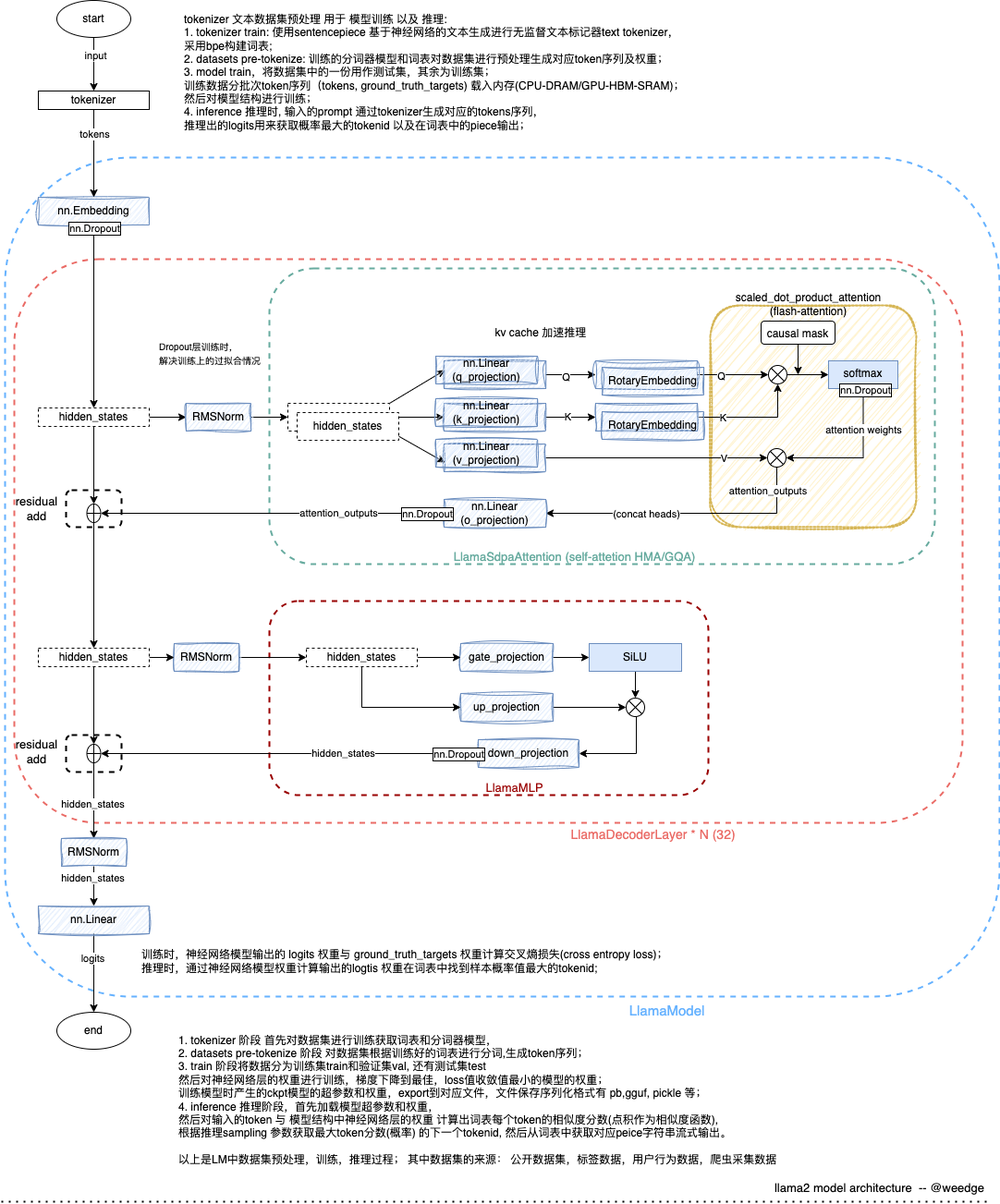
This is docs/llama2.drawio.png from ai-bot-pro/baby-llm, a draw.io export, as it was before one commit. Source tidied: cells renumbered, new cells last; positions are measured from the earlier drawing's top-left corner, leaving out a move shared by most shapes.
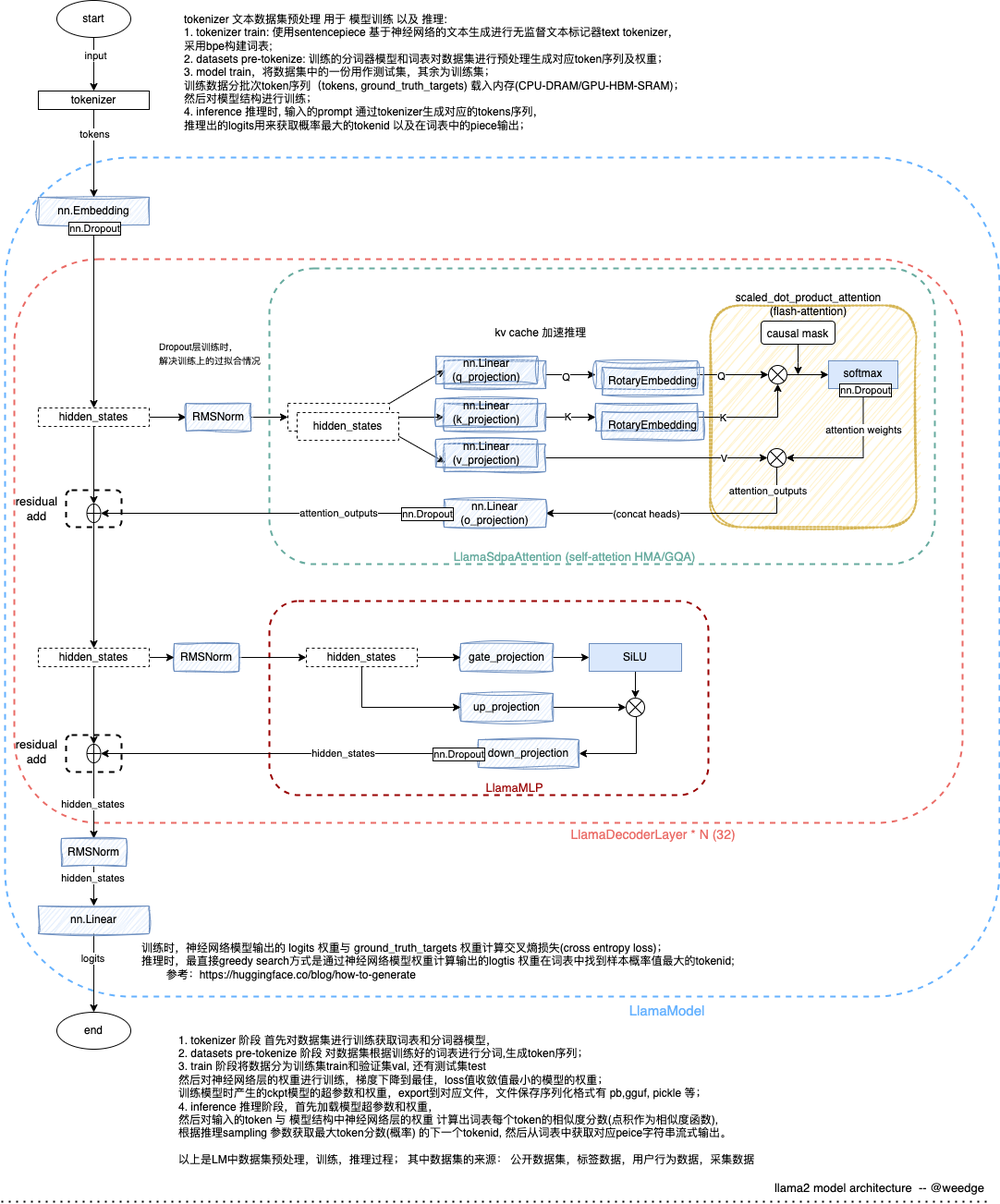
Above is the later version.

What changed in the source:
```diff
@@ -1,4 +1,4 @@
-<mxGraphModel background="#ffffff">
+<mxGraphModel>
   <root>
     <mxCell id="0" />
     <mxCell id="1" parent="0" />
@@ -26,8 +26,8 @@
     <mxCell id="9" value="nn.Embedding" style="whiteSpace=wrap;html=1;strokeWidth=1;fillColor=#dae8fc;strokeColor=#6c8ebf;sketch=1;curveFitting=1;jiggle=2;" parent="1" vertex="1">
       <mxGeometry x="40" y="213" width="120" height="30" as="geometry" />
     </mxCell>
-    <mxCell id="10" value="&lt;div style=&quot;&quot;&gt;&lt;span style=&quot;background-color: initial;&quot;&gt;1. tokenizer 阶段 首先对数据集进行训练获取词表和分词器模型，&lt;/span&gt;&lt;/div&gt;&lt;div style=&quot;&quot;&gt;&lt;span style=&quot;background-color: initial;&quot;&gt;2. datasets pre-tokenize 阶段 对数据集根据训练好的词表进行分词,生成token序列；&lt;/span&gt;&lt;/div&gt;&lt;div style=&quot;&quot;&gt;&lt;span style=&quot;background-color: initial;&quot;&gt;3. train 阶段将数据分为训练集train和验证集val, 还有测试集test&amp;nbsp;&lt;/span&gt;&lt;/div&gt;&lt;div style=&quot;&quot;&gt;&lt;span style=&quot;background-color: initial;&quot;&gt;然后对神经网络层的权重进行训练，梯度下降到最佳，loss值收敛值最小的模型的权重；&lt;/span&gt;&lt;/div&gt;&lt;div style=&quot;&quot;&gt;&lt;span style=&quot;background-color: initial;&quot;&gt;训练模型时产生的ckpt模型的超参数和权重，export到对应文件，文件保存序列化格式有 pb,gguf,&amp;nbsp;&lt;/span&gt;&lt;span style=&quot;text-align: center; background-color: initial;&quot;&gt;pickle&amp;nbsp;&lt;/span&gt;&lt;span style=&quot;text-align: center; background-color: initial;&quot;&gt;等；&lt;/span&gt;&lt;/div&gt;&lt;div style=&quot;&quot;&gt;&lt;span style=&quot;background-color: initial;&quot;&gt;4. inference 推理阶段，首先加载模型超参数和权重，&lt;/span&gt;&lt;/div&gt;&lt;div style=&quot;&quot;&gt;&lt;span style=&quot;background-color: initial;&quot;&gt;然后对输入的token 与 模型结构中神经网络层的权重 计算出词表每个token的相似度分数(点积作为相似度函数),&lt;/span&gt;&lt;/div&gt;&lt;div style=&quot;&quot;&gt;&lt;span style=&quot;background-color: initial;&quot;&gt;根据推理sampling 参数获取最大token分数(概率) 的下一个tokenid, 然后从词表中获取对应peice字符串流式输出。&lt;/span&gt;&lt;/div&gt;&lt;div style=&quot;&quot;&gt;&lt;br&gt;&lt;/div&gt;&lt;div style=&quot;&quot;&gt;以上是LM中数据集预处理，训练，推理过程； 其中数据集的来源： 公开数据集，标签数据，用户行为数据，爬虫采集数据&lt;/div&gt;" style="text;html=1;align=left;verticalAlign=middle;strokeColor=none;fillColor=none;" parent="1" vertex="1">
-      <mxGeometry x="190" y="1110" width="670" height="160" as="geometry" />
+    <mxCell id="10" value="&lt;div style=&quot;&quot;&gt;&lt;span style=&quot;background-color: initial;&quot;&gt;1. tokenizer 阶段 首先对数据集进行训练获取词表和分词器模型，&lt;/span&gt;&lt;/div&gt;&lt;div style=&quot;&quot;&gt;&lt;span style=&quot;background-color: initial;&quot;&gt;2. datasets pre-tokenize 阶段 对数据集根据训练好的词表进行分词,生成token序列；&lt;/span&gt;&lt;/div&gt;&lt;div style=&quot;&quot;&gt;&lt;span style=&quot;background-color: initial;&quot;&gt;3. train 阶段将数据分为训练集train和验证集val, 还有测试集test&amp;nbsp;&lt;/span&gt;&lt;/div&gt;&lt;div style=&quot;&quot;&gt;&lt;span style=&quot;background-color: initial;&quot;&gt;然后对神经网络层的权重进行训练，梯度下降到最佳，loss值收敛值最小的模型的权重；&lt;/span&gt;&lt;/div&gt;&lt;div style=&quot;&quot;&gt;&lt;span style=&quot;background-color: initial;&quot;&gt;训练模型时产生的ckpt模型的超参数和权重，export到对应文件，文件保存序列化格式有 pb,gguf,&amp;nbsp;&lt;/span&gt;&lt;span style=&quot;text-align: center; background-color: initial;&quot;&gt;pickle&amp;nbsp;&lt;/span&gt;&lt;span style=&quot;text-align: center; background-color: initial;&quot;&gt;等；&lt;/span&gt;&lt;/div&gt;&lt;div style=&quot;&quot;&gt;&lt;span style=&quot;background-color: initial;&quot;&gt;4. inference 推理阶段，首先加载模型超参数和权重，&lt;/span&gt;&lt;/div&gt;&lt;div style=&quot;&quot;&gt;&lt;span style=&quot;background-color: initial;&quot;&gt;然后对输入的token 与 模型结构中神经网络层的权重 计算出词表每个token的相似度分数(点积作为相似度函数),&lt;/span&gt;&lt;/div&gt;&lt;div style=&quot;&quot;&gt;&lt;span style=&quot;background-color: initial;&quot;&gt;根据推理sampling 参数获取最大token分数(概率) 的下一个tokenid, 然后从词表中获取对应peice字符串流式输出。&lt;/span&gt;&lt;/div&gt;&lt;div style=&quot;&quot;&gt;&lt;br&gt;&lt;/div&gt;&lt;div style=&quot;&quot;&gt;以上是LM中数据集预处理，训练，推理过程； 其中数据集的来源： 公开数据集，标签数据，用户行为数据，采集数据&lt;/div&gt;" style="text;html=1;align=left;verticalAlign=middle;strokeColor=none;fillColor=none;" parent="1" vertex="1">
+      <mxGeometry x="190" y="1110" width="650" height="160" as="geometry" />
     </mxCell>
     <mxCell id="11" style="edgeStyle=orthogonalEdgeStyle;rounded=0;jettySize=auto;html=1;" parent="1" edge="1" source="13" target="16">
       <mxGeometry relative="1" as="geometry" />
@@ -361,8 +361,8 @@
     <mxCell id="103" value="&lt;font style=&quot;font-size: 13px;&quot;&gt;llama2 model architecture&amp;nbsp; -- @weedge&lt;/font&gt;" style="text;html=1;align=center;verticalAlign=middle;strokeColor=none;fillColor=none;" parent="1" vertex="1">
       <mxGeometry x="825" y="1270" width="250" height="30" as="geometry" />
     </mxCell>
-    <mxCell id="104" value="训练时，神经网络模型输出的 logits 权重与 ground_truth_targets 权重计算交叉熵损失(cross entropy loss)；&lt;br&gt;推理时，通过神经网络模型权重计算输出的logtis 权重在词表中找到样本概率值最大的tokenid;" style="text;html=1;align=left;verticalAlign=middle;strokeColor=none;fillColor=none;" parent="1" vertex="1">
-      <mxGeometry x="150" y="1020" width="590" height="40" as="geometry" />
+    <mxCell id="104" value="训练时，神经网络模型输出的 logits 权重与 ground_truth_targets 权重计算交叉熵损失(cross entropy loss)；&lt;br style=&quot;border-color: var(--border-color);&quot;&gt;推理时，最直接greedy search方式是通过神经网络模型权重计算输出的logtis 权重在词表中找到样本概率值最大的tokenid;&lt;br style=&quot;border-color: var(--border-color);&quot;&gt;&lt;span style=&quot;border-color: var(--border-color);&quot;&gt;&lt;/span&gt;&lt;span style=&quot;white-space: pre;&quot;&gt;&#9;&lt;/span&gt;参考：https://huggingface.co/blog/how-to-generate" style="text;html=1;align=left;verticalAlign=middle;strokeColor=none;fillColor=none;" parent="1" vertex="1">
+      <mxGeometry x="150" y="1010" width="660" height="60" as="geometry" />
     </mxCell>
     <mxCell id="105" value="nn.Dropout" style="edgeLabel;html=1;align=center;verticalAlign=middle;fontStyle=0;labelBorderColor=default;" parent="1" vertex="1">
       <mxGeometry x="460" y="555" as="geometry" />
```
